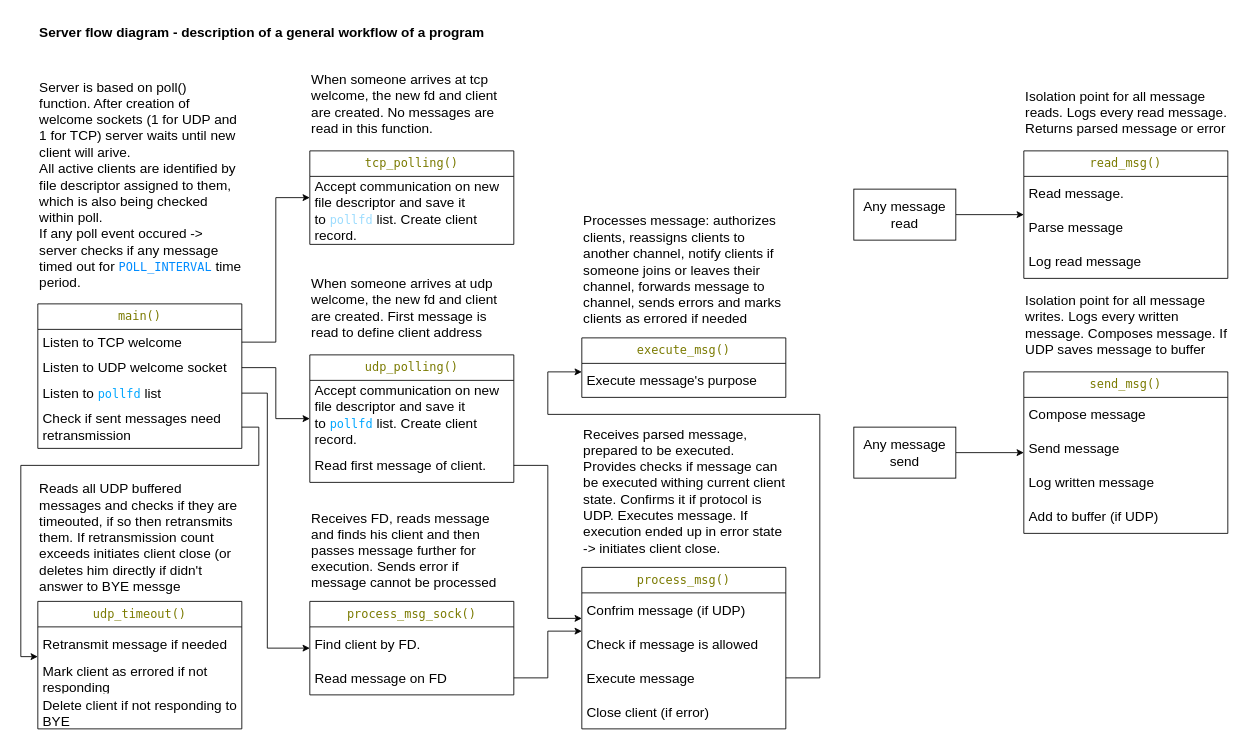
Above: docs/server_flow.drawio in SniehNikita/ipk2024_chat_server (draw.io), before the change. Source tidied: cells renumbered, new cells numbered last; positions are measured from the earlier drawing's top-left corner, leaving out a move shared by most shapes. Both pictures are drawn from the tidied source at 85%, with x=0, y=0 at pixel (20, 14).
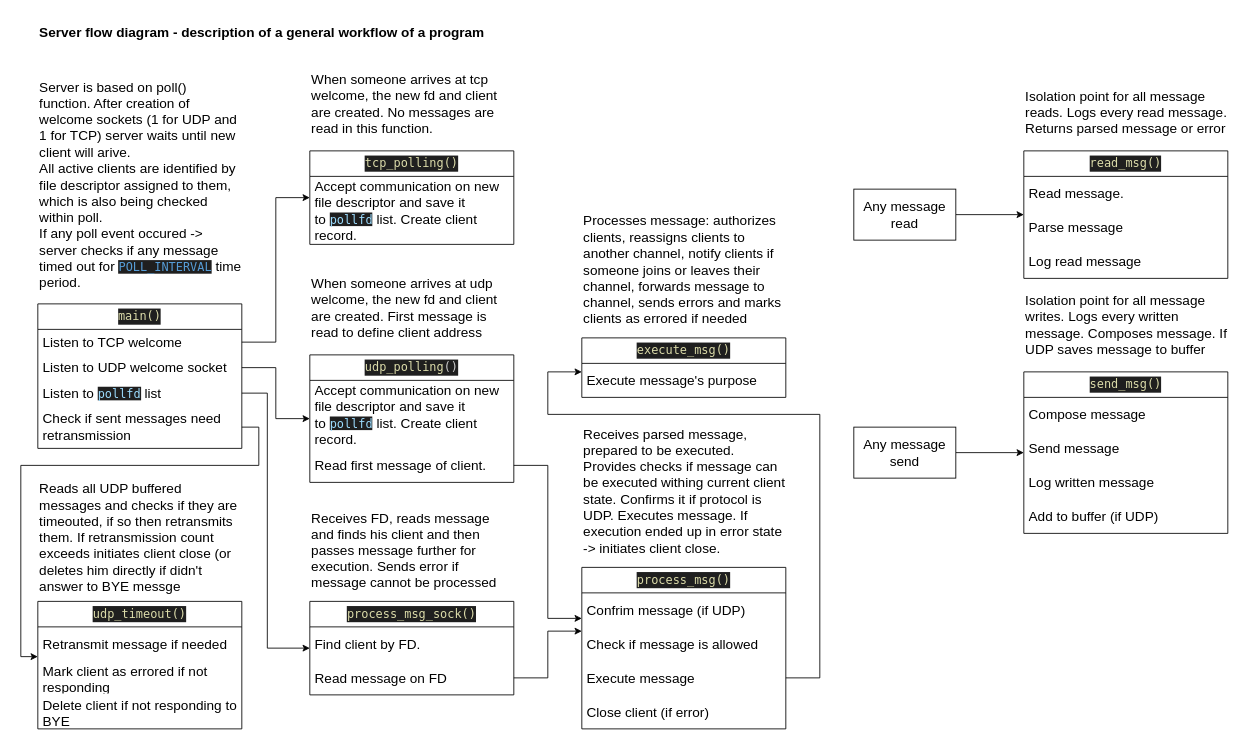
The same page after the edit.

The edit, as a diff of the source:
```diff
@@
-    <mxCell id="3" value="&lt;font style=&quot;font-size: 16px;&quot;&gt;Server is based on poll() function. After creation of welcome sockets (1 for UDP and 1 for TCP) server waits until new client will arive.&lt;/font&gt;&lt;div&gt;&lt;font style=&quot;font-size: 16px;&quot;&gt;All active clients are identified by file descriptor assigned to them, which is also being checked within poll.&lt;/font&gt;&lt;/div&gt;&lt;div&gt;&lt;font style=&quot;font-size: 16px;&quot;&gt;If any poll event occured -&amp;gt; server checks if any message timed out for&amp;nbsp;&lt;/font&gt;&lt;span style=&quot;font-family: &amp;quot;Droid Sans Mono&amp;quot;, &amp;quot;monospace&amp;quot;, monospace; font-size: 14px; white-space: pre; background-color: rgb(255, 255, 255);&quot;&gt;&lt;font color=&quot;#008cff&quot;&gt;POLL_INTERVAL&lt;/font&gt;&lt;/span&gt;&lt;span style=&quot;font-size: 16px; background-color: initial;&quot;&gt;&amp;nbsp;time period.&lt;/span&gt;&lt;/div&gt;" style="text;html=1;align=left;verticalAlign=middle;whiteSpace=wrap;rounded=0;" parent="1" vertex="1">
+    <mxCell id="3" value="&lt;font style=&quot;font-size: 16px;&quot;&gt;Server is based on poll() function. After creation of welcome sockets (1 for UDP and 1 for TCP) server waits until new client will arive.&lt;/font&gt;&lt;div&gt;&lt;font style=&quot;font-size: 16px;&quot;&gt;All active clients are identified by file descriptor assigned to them, which is also being checked within poll.&lt;/font&gt;&lt;/div&gt;&lt;div&gt;&lt;font style=&quot;font-size: 16px;&quot;&gt;If any poll event occured -&amp;gt; server checks if any message timed out for&amp;nbsp;&lt;/font&gt;&lt;span style=&quot;color: rgb(86, 156, 214); background-color: rgb(31, 31, 31); font-family: &amp;quot;Droid Sans Mono&amp;quot;, &amp;quot;monospace&amp;quot;, monospace; font-size: 14px; white-space: pre;&quot;&gt;POLL_INTERVAL&lt;/span&gt;&lt;span style=&quot;background-color: initial; font-size: 16px;&quot;&gt;&amp;nbsp;time period.&lt;/span&gt;&lt;br&gt;&lt;/div&gt;" style="text;html=1;align=left;verticalAlign=middle;whiteSpace=wrap;rounded=0;" parent="1" vertex="1">
       <mxGeometry x="20" y="70" width="240" height="260" as="geometry" />
     </mxCell>
-    <mxCell id="4" value="&lt;div style=&quot;font-family: &amp;quot;Droid Sans Mono&amp;quot;, &amp;quot;monospace&amp;quot;, monospace; font-size: 14px; line-height: 19px; white-space: pre;&quot;&gt;&lt;span style=&quot;background-color: rgb(255, 255, 255);&quot;&gt;&lt;font color=&quot;#7a7a00&quot;&gt;main()&lt;/font&gt;&lt;/span&gt;&lt;/div&gt;" style="swimlane;fontStyle=0;horizontal=1;startSize=30;whiteSpace=wrap;html=1;" parent="1" vertex="1">
+    <mxCell id="4" value="&lt;div style=&quot;font-family: &amp;quot;Droid Sans Mono&amp;quot;, &amp;quot;monospace&amp;quot;, monospace; font-size: 14px; line-height: 19px; white-space: pre;&quot;&gt;&lt;div style=&quot;background-color: rgb(31, 31, 31); line-height: 19px;&quot;&gt;&lt;font color=&quot;#dcdcaa&quot;&gt;main()&lt;/font&gt;&lt;/div&gt;&lt;/div&gt;" style="swimlane;fontStyle=0;horizontal=1;startSize=30;whiteSpace=wrap;html=1;" parent="1" vertex="1">
       <mxGeometry x="20" y="340" width="240" height="170" as="geometry" />
     </mxCell>
@@
-    <mxCell id="7" value="&lt;font style=&quot;font-size: 16px;&quot;&gt;Listen&amp;nbsp;to&amp;nbsp;&lt;/font&gt;&lt;span style=&quot;font-family: &amp;quot;Droid Sans Mono&amp;quot;, &amp;quot;monospace&amp;quot;, monospace; font-size: 14px; white-space: pre; background-color: rgb(255, 255, 255);&quot;&gt;&lt;font color=&quot;#00a6ff&quot;&gt;pollfd&lt;/font&gt;&lt;/span&gt;&lt;span style=&quot;font-size: 16px;&quot;&gt;&amp;nbsp;list&lt;/span&gt;" style="text;strokeColor=none;fillColor=none;align=left;verticalAlign=middle;spacingLeft=4;spacingRight=4;overflow=hidden;points=[[0,0.5],[1,0.5]];portConstraint=eastwest;whiteSpace=wrap;html=1;" parent="4" vertex="1">
+    <mxCell id="7" value="&lt;font style=&quot;font-size: 16px;&quot;&gt;Listen&amp;nbsp;to&amp;nbsp;&lt;/font&gt;&lt;span style=&quot;color: rgb(156, 220, 254); background-color: rgb(31, 31, 31); font-family: &amp;quot;Droid Sans Mono&amp;quot;, &amp;quot;monospace&amp;quot;, monospace; font-size: 14px; white-space: pre;&quot;&gt;pollfd&lt;/span&gt;&lt;span style=&quot;font-size: 16px; background-color: initial;&quot;&gt;&amp;nbsp;list&lt;/span&gt;" style="text;strokeColor=none;fillColor=none;align=left;verticalAlign=middle;spacingLeft=4;spacingRight=4;overflow=hidden;points=[[0,0.5],[1,0.5]];portConstraint=eastwest;whiteSpace=wrap;html=1;" parent="4" vertex="1">
       <mxGeometry y="90" width="240" height="30" as="geometry" />
     </mxCell>
@@
-    <mxCell id="9" value="&lt;div style=&quot;font-family: &amp;quot;Droid Sans Mono&amp;quot;, &amp;quot;monospace&amp;quot;, monospace; font-size: 14px; line-height: 19px; white-space: pre;&quot;&gt;&lt;font color=&quot;#7a7a00&quot;&gt;&lt;span style=&quot;background-color: rgb(255, 255, 255);&quot;&gt;tcp_polling&lt;/span&gt;&lt;span style=&quot;background-color: rgb(255, 255, 255);&quot;&gt;()&lt;/span&gt;&lt;/font&gt;&lt;/div&gt;" style="swimlane;fontStyle=0;horizontal=1;startSize=30;whiteSpace=wrap;html=1;" parent="1" vertex="1">
+    <mxCell id="9" value="&lt;div style=&quot;font-family: &amp;quot;Droid Sans Mono&amp;quot;, &amp;quot;monospace&amp;quot;, monospace; font-size: 14px; line-height: 19px; white-space: pre;&quot;&gt;&lt;div style=&quot;color: rgb(204, 204, 204); background-color: rgb(31, 31, 31); line-height: 19px;&quot;&gt;&lt;span style=&quot;color: #dcdcaa;&quot;&gt;tcp_polling()&lt;/span&gt;&lt;/div&gt;&lt;/div&gt;" style="swimlane;fontStyle=0;horizontal=1;startSize=30;whiteSpace=wrap;html=1;" parent="1" vertex="1">
       <mxGeometry x="340" y="160" width="240" height="110" as="geometry" />
     </mxCell>
-    <mxCell id="10" value="&lt;span style=&quot;font-size: 16px;&quot;&gt;Accept communication on new file descriptor and save it to&amp;nbsp;&lt;/span&gt;&lt;span style=&quot;color: rgb(156, 220, 254); font-family: &amp;quot;Droid Sans Mono&amp;quot;, &amp;quot;monospace&amp;quot;, monospace; font-size: 14px; white-space: pre; background-color: rgb(255, 255, 255);&quot;&gt;pollfd&lt;/span&gt;&lt;span style=&quot;font-size: 16px;&quot;&gt;&amp;nbsp;list. Create client record.&lt;/span&gt;" style="text;strokeColor=none;fillColor=none;align=left;verticalAlign=middle;spacingLeft=4;spacingRight=4;overflow=hidden;whiteSpace=wrap;html=1;" parent="9" vertex="1">
+    <mxCell id="10" value="&lt;span style=&quot;font-size: 16px;&quot;&gt;Accept communication on new file descriptor and save it to&amp;nbsp;&lt;/span&gt;&lt;span style=&quot;color: rgb(156, 220, 254); background-color: rgb(31, 31, 31); font-family: &amp;quot;Droid Sans Mono&amp;quot;, &amp;quot;monospace&amp;quot;, monospace; font-size: 14px; white-space: pre;&quot;&gt;pollfd&lt;/span&gt;&lt;span style=&quot;font-size: 16px; background-color: initial;&quot;&gt;&amp;nbsp;list. Create client record.&lt;/span&gt;" style="text;strokeColor=none;fillColor=none;align=left;verticalAlign=middle;spacingLeft=4;spacingRight=4;overflow=hidden;whiteSpace=wrap;html=1;" parent="9" vertex="1">
       <mxGeometry y="30" width="240" height="80" as="geometry" />
     </mxCell>
@@
-    <mxCell id="13" value="&lt;div style=&quot;font-family: &amp;quot;Droid Sans Mono&amp;quot;, &amp;quot;monospace&amp;quot;, monospace; font-size: 14px; line-height: 19px; white-space: pre;&quot;&gt;&lt;span style=&quot;background-color: rgb(255, 255, 255);&quot;&gt;&lt;font color=&quot;#7a7a00&quot;&gt;udp_polling()&lt;/font&gt;&lt;/span&gt;&lt;/div&gt;" style="swimlane;fontStyle=0;horizontal=1;startSize=30;whiteSpace=wrap;html=1;" parent="1" vertex="1">
+    <mxCell id="13" value="&lt;div style=&quot;font-family: &amp;quot;Droid Sans Mono&amp;quot;, &amp;quot;monospace&amp;quot;, monospace; font-size: 14px; line-height: 19px; white-space: pre;&quot;&gt;&lt;div style=&quot;color: rgb(204, 204, 204); background-color: rgb(31, 31, 31); line-height: 19px;&quot;&gt;&lt;span style=&quot;color: #dcdcaa;&quot;&gt;udp_polling&lt;/span&gt;()&lt;/div&gt;&lt;/div&gt;" style="swimlane;fontStyle=0;horizontal=1;startSize=30;whiteSpace=wrap;html=1;" parent="1" vertex="1">
       <mxGeometry x="340" y="400" width="240" height="150" as="geometry" />
     </mxCell>
-    <mxCell id="14" value="&lt;span style=&quot;font-size: 16px;&quot;&gt;Accept communication on new file descriptor and save it to&amp;nbsp;&lt;/span&gt;&lt;span style=&quot;font-family: &amp;quot;Droid Sans Mono&amp;quot;, &amp;quot;monospace&amp;quot;, monospace; font-size: 14px; white-space: pre; background-color: rgb(255, 255, 255);&quot;&gt;&lt;font color=&quot;#00a6ff&quot;&gt;pollfd&lt;/font&gt;&lt;/span&gt;&lt;span style=&quot;font-size: 16px;&quot;&gt;&amp;nbsp;list. Create client record.&lt;/span&gt;" style="text;strokeColor=none;fillColor=none;align=left;verticalAlign=middle;spacingLeft=4;spacingRight=4;overflow=hidden;whiteSpace=wrap;html=1;" parent="13" vertex="1">
+    <mxCell id="14" value="&lt;span style=&quot;font-size: 16px;&quot;&gt;Accept communication on new file descriptor and save it to&amp;nbsp;&lt;/span&gt;&lt;span style=&quot;color: rgb(156, 220, 254); background-color: rgb(31, 31, 31); font-family: &amp;quot;Droid Sans Mono&amp;quot;, &amp;quot;monospace&amp;quot;, monospace; font-size: 14px; white-space: pre;&quot;&gt;pollfd&lt;/span&gt;&lt;span style=&quot;font-size: 16px; background-color: initial;&quot;&gt;&amp;nbsp;list. Create client record.&lt;/span&gt;" style="text;strokeColor=none;fillColor=none;align=left;verticalAlign=middle;spacingLeft=4;spacingRight=4;overflow=hidden;whiteSpace=wrap;html=1;" parent="13" vertex="1">
       <mxGeometry y="30" width="240" height="80" as="geometry" />
     </mxCell>
@@
-    <mxCell id="18" value="&lt;div style=&quot;font-family: &amp;quot;Droid Sans Mono&amp;quot;, &amp;quot;monospace&amp;quot;, monospace; font-size: 14px; line-height: 19px; white-space: pre;&quot;&gt;&lt;span style=&quot;background-color: rgb(255, 255, 255);&quot;&gt;&lt;font color=&quot;#7a7a00&quot;&gt;process_msg()&lt;/font&gt;&lt;/span&gt;&lt;/div&gt;" style="swimlane;fontStyle=0;horizontal=1;startSize=30;whiteSpace=wrap;html=1;" parent="1" vertex="1">
+    <mxCell id="18" value="&lt;div style=&quot;font-family: &amp;quot;Droid Sans Mono&amp;quot;, &amp;quot;monospace&amp;quot;, monospace; font-size: 14px; line-height: 19px; white-space: pre;&quot;&gt;&lt;div style=&quot;color: rgb(204, 204, 204); background-color: rgb(31, 31, 31); line-height: 19px;&quot;&gt;&lt;span style=&quot;color: #dcdcaa;&quot;&gt;process_msg()&lt;/span&gt;&lt;/div&gt;&lt;/div&gt;" style="swimlane;fontStyle=0;horizontal=1;startSize=30;whiteSpace=wrap;html=1;" parent="1" vertex="1">
       <mxGeometry x="660" y="650" width="240" height="190" as="geometry" />
     </mxCell>
@@
-    <mxCell id="25" value="&lt;div style=&quot;font-family: &amp;quot;Droid Sans Mono&amp;quot;, &amp;quot;monospace&amp;quot;, monospace; font-size: 14px; line-height: 19px; white-space: pre;&quot;&gt;&lt;span style=&quot;background-color: rgb(255, 255, 255);&quot;&gt;&lt;font color=&quot;#7a7a00&quot;&gt;process_msg_sock()&lt;/font&gt;&lt;/span&gt;&lt;/div&gt;" style="swimlane;fontStyle=0;horizontal=1;startSize=30;whiteSpace=wrap;html=1;" parent="1" vertex="1">
+    <mxCell id="25" value="&lt;div style=&quot;font-family: &amp;quot;Droid Sans Mono&amp;quot;, &amp;quot;monospace&amp;quot;, monospace; font-size: 14px; line-height: 19px; white-space: pre;&quot;&gt;&lt;div style=&quot;color: rgb(204, 204, 204); background-color: rgb(31, 31, 31); line-height: 19px;&quot;&gt;&lt;span style=&quot;color: #dcdcaa;&quot;&gt;process_msg_sock()&lt;/span&gt;&lt;/div&gt;&lt;/div&gt;" style="swimlane;fontStyle=0;horizontal=1;startSize=30;whiteSpace=wrap;html=1;" parent="1" vertex="1">
       <mxGeometry x="340" y="690" width="240" height="110" as="geometry" />
     </mxCell>
@@
-    <mxCell id="31" value="&lt;div style=&quot;font-family: &amp;quot;Droid Sans Mono&amp;quot;, &amp;quot;monospace&amp;quot;, monospace; font-size: 14px; line-height: 19px; white-space: pre;&quot;&gt;&lt;font color=&quot;#7a7a00&quot; style=&quot;background-color: rgb(255, 255, 255);&quot;&gt;udp_timeout()&lt;/font&gt;&lt;/div&gt;" style="swimlane;fontStyle=0;horizontal=1;startSize=30;whiteSpace=wrap;html=1;" parent="1" vertex="1">
+    <mxCell id="31" value="&lt;div style=&quot;font-family: &amp;quot;Droid Sans Mono&amp;quot;, &amp;quot;monospace&amp;quot;, monospace; font-size: 14px; line-height: 19px; white-space: pre;&quot;&gt;&lt;div style=&quot;color: rgb(204, 204, 204); background-color: rgb(31, 31, 31); line-height: 19px;&quot;&gt;&lt;span style=&quot;color: #dcdcaa;&quot;&gt;udp_timeout()&lt;/span&gt;&lt;/div&gt;&lt;/div&gt;" style="swimlane;fontStyle=0;horizontal=1;startSize=30;whiteSpace=wrap;html=1;" parent="1" vertex="1">
       <mxGeometry x="20" y="690" width="240" height="150" as="geometry" />
     </mxCell>
@@
-    <mxCell id="37" value="&lt;div style=&quot;font-family: &amp;quot;Droid Sans Mono&amp;quot;, &amp;quot;monospace&amp;quot;, monospace; font-size: 14px; line-height: 19px; white-space: pre;&quot;&gt;&lt;span style=&quot;background-color: rgb(255, 255, 255);&quot;&gt;&lt;font color=&quot;#7a7a00&quot;&gt;execute_msg()&lt;/font&gt;&lt;/span&gt;&lt;/div&gt;" style="swimlane;fontStyle=0;horizontal=1;startSize=30;whiteSpace=wrap;html=1;" parent="1" vertex="1">
+    <mxCell id="37" value="&lt;div style=&quot;font-family: &amp;quot;Droid Sans Mono&amp;quot;, &amp;quot;monospace&amp;quot;, monospace; font-size: 14px; line-height: 19px; white-space: pre;&quot;&gt;&lt;div style=&quot;color: rgb(204, 204, 204); background-color: rgb(31, 31, 31); line-height: 19px;&quot;&gt;&lt;span style=&quot;color: #dcdcaa;&quot;&gt;execute_msg()&lt;/span&gt;&lt;/div&gt;&lt;/div&gt;" style="swimlane;fontStyle=0;horizontal=1;startSize=30;whiteSpace=wrap;html=1;" parent="1" vertex="1">
       <mxGeometry x="660" y="380" width="240" height="70" as="geometry" />
     </mxCell>
@@
-    <mxCell id="41" value="&lt;div style=&quot;font-family: &amp;quot;Droid Sans Mono&amp;quot;, &amp;quot;monospace&amp;quot;, monospace; font-size: 14px; line-height: 19px; white-space: pre;&quot;&gt;&lt;span style=&quot;background-color: rgb(255, 255, 255);&quot;&gt;&lt;font color=&quot;#7a7a00&quot;&gt;read_msg()&lt;/font&gt;&lt;/span&gt;&lt;/div&gt;" style="swimlane;fontStyle=0;horizontal=1;startSize=30;whiteSpace=wrap;html=1;" parent="1" vertex="1">
+    <mxCell id="41" value="&lt;div style=&quot;font-family: &amp;quot;Droid Sans Mono&amp;quot;, &amp;quot;monospace&amp;quot;, monospace; font-size: 14px; line-height: 19px; white-space: pre;&quot;&gt;&lt;div style=&quot;color: rgb(204, 204, 204); background-color: rgb(31, 31, 31); line-height: 19px;&quot;&gt;&lt;span style=&quot;color: #dcdcaa;&quot;&gt;read_msg()&lt;/span&gt;&lt;/div&gt;&lt;/div&gt;" style="swimlane;fontStyle=0;horizontal=1;startSize=30;whiteSpace=wrap;html=1;" parent="1" vertex="1">
       <mxGeometry x="1180" y="160" width="240" height="150" as="geometry" />
     </mxCell>
@@
-    <mxCell id="46" value="&lt;div style=&quot;font-family: &amp;quot;Droid Sans Mono&amp;quot;, &amp;quot;monospace&amp;quot;, monospace; font-size: 14px; line-height: 19px; white-space: pre;&quot;&gt;&lt;span style=&quot;background-color: rgb(255, 255, 255);&quot;&gt;&lt;font color=&quot;#7a7a00&quot;&gt;send_msg()&lt;/font&gt;&lt;/span&gt;&lt;/div&gt;" style="swimlane;fontStyle=0;horizontal=1;startSize=30;whiteSpace=wrap;html=1;" parent="1" vertex="1">
+    <mxCell id="46" value="&lt;div style=&quot;font-family: &amp;quot;Droid Sans Mono&amp;quot;, &amp;quot;monospace&amp;quot;, monospace; font-size: 14px; line-height: 19px; white-space: pre;&quot;&gt;&lt;div style=&quot;color: rgb(204, 204, 204); background-color: rgb(31, 31, 31); line-height: 19px;&quot;&gt;&lt;span style=&quot;color: #dcdcaa;&quot;&gt;send_msg()&lt;/span&gt;&lt;/div&gt;&lt;/div&gt;" style="swimlane;fontStyle=0;horizontal=1;startSize=30;whiteSpace=wrap;html=1;" parent="1" vertex="1">
       <mxGeometry x="1180" y="420" width="240" height="190" as="geometry" />
     </mxCell>
```
